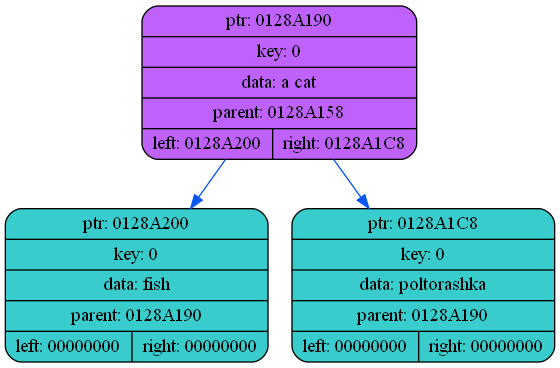
This is dump/dump1.png from coffee8cat/akinator, a Graphviz export, as it was before one commit. Its source is kept beside it as dump/dump1.dot.
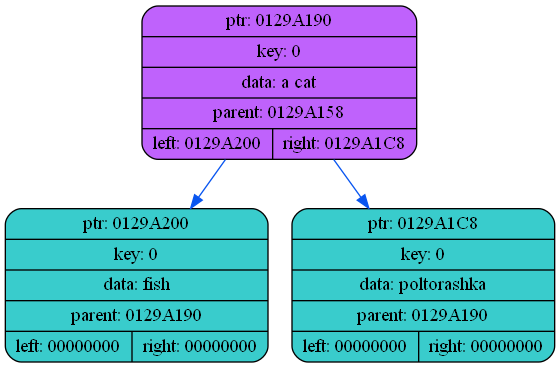
Later version of the same file.

What changed in the source:
```diff
@@ -2,9 +2,9 @@
 {
     rankdir=TP
 
-        node0128A190[shape=record,style="rounded,filled",fillcolor="#BF62FC",label="{ ptr: 0128A190 | key: 0 | data: a cat| parent: 0128A158| { left: 0128A200 | right: 0128A1C8 }}"];
-    node0128A190 -> node0128A200[color="#0855F0"]
-    node0128A200[shape=record,style="rounded,filled",fillcolor="#39CCCC",label="{ ptr: 0128A200 | key: 0 | data: fish| parent: 0128A190 | { left: 00000000 | right: 00000000 }}"];
-    node0128A190 -> node0128A1C8[color="#0855F0"]
-    node0128A1C8[shape=record,style="rounded,filled",fillcolor="#39CCCC",label="{ ptr: 0128A1C8 | key: 0 | data: poltorashka| parent: 0128A190 | { left: 00000000 | right: 00000000 }}"];
+        node0129A190[shape=record,style="rounded,filled",fillcolor="#BF62FC",label="{ ptr: 0129A190 | key: 0 | data: a cat| parent: 0129A158| { left: 0129A200 | right: 0129A1C8 }}"];
+    node0129A190 -> node0129A200[color="#0855F0"]
+    node0129A200[shape=record,style="rounded,filled",fillcolor="#39CCCC",label="{ ptr: 0129A200 | key: 0 | data: fish| parent: 0129A190 | { left: 00000000 | right: 00000000 }}"];
+    node0129A190 -> node0129A1C8[color="#0855F0"]
+    node0129A1C8[shape=record,style="rounded,filled",fillcolor="#39CCCC",label="{ ptr: 0129A1C8 | key: 0 | data: poltorashka| parent: 0129A190 | { left: 00000000 | right: 00000000 }}"];
 }
```
